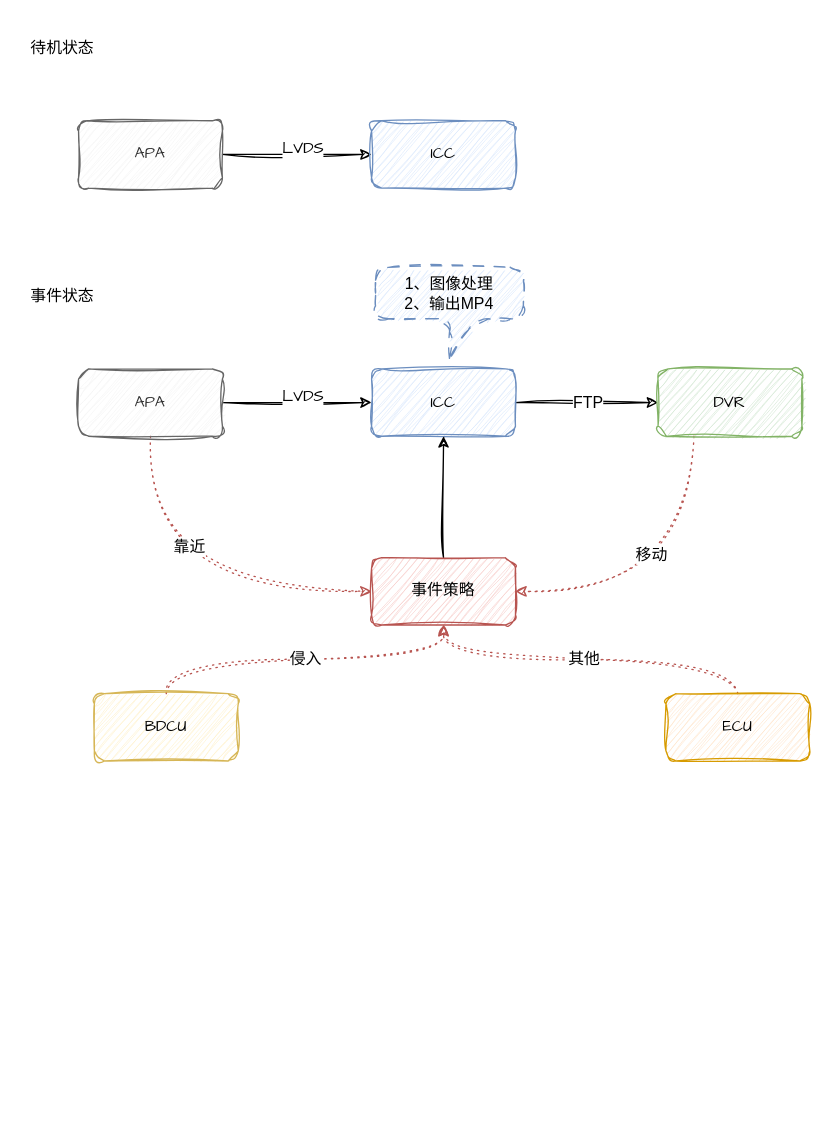
Before: 哨兵模式.drawio in TryLoveCatch/charts, a draw.io diagram. Source tidied: cells renumbered, new cells numbered last; positions are measured from the earlier drawing's top-left corner, leaving out a move shared by most shapes. Both pictures are drawn from the tidied source at 132%, with x=0, y=0 at pixel (22, 29).
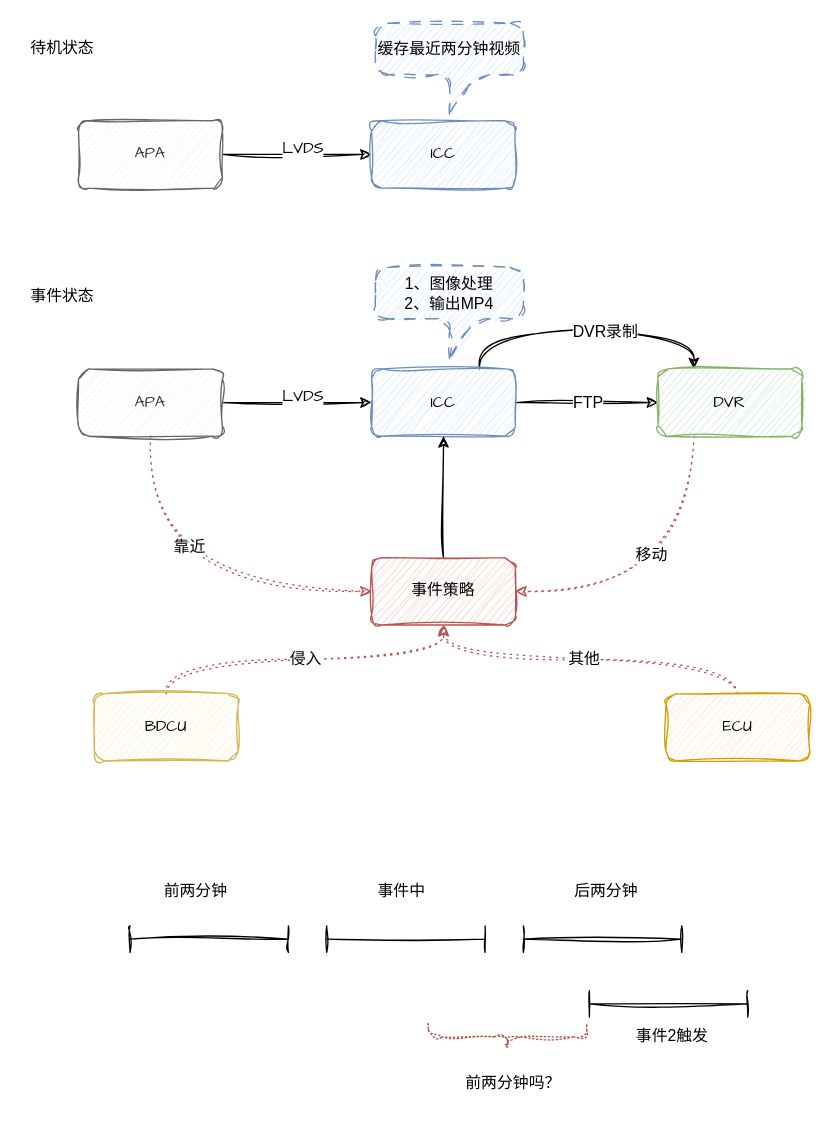
After the change.

Commit message:
更新哨兵模式.drawio

Unchanged cells that the change refers to:
```xml
<mxCell id="15" value="ICC" style="rounded=1;whiteSpace=wrap;html=1;sketch=1;curveFitting=1;jiggle=2;fillColor=#dae8fc;strokeColor=#6c8ebf;fontFamily=Comic Sans MS;" parent="1" vertex="1">
  <mxGeometry x="264" y="257" width="109" height="51" as="geometry" />
</mxCell>
<mxCell id="20" value="DVR" style="rounded=1;whiteSpace=wrap;html=1;sketch=1;curveFitting=1;jiggle=2;fillColor=#d5e8d4;strokeColor=#82b366;fontFamily=Comic Sans MS;" parent="1" vertex="1">
  <mxGeometry x="481" y="257" width="109" height="51" as="geometry" />
</mxCell>
```

The edit, as a diff of the source:
```diff
@@
+    <mxCell id="27" style="edgeStyle=orthogonalEdgeStyle;shape=connector;curved=1;rounded=1;sketch=1;jiggle=2;curveFitting=1;jettySize=auto;html=1;exitX=0.75;exitY=0;exitDx=0;exitDy=0;entryX=0.25;entryY=0;entryDx=0;entryDy=0;labelBackgroundColor=default;strokeColor=default;fontFamily=Helvetica;fontSize=12;fontColor=default;endArrow=classic;" parent="1" edge="1" source="15" target="20">
+      <mxGeometry relative="1" as="geometry">
+        <Array as="points">
+          <mxPoint x="346" y="227" />
+          <mxPoint x="508" y="227" />
+        </Array>
+      </mxGeometry>
+    </mxCell>
+    <mxCell id="28" value="DVR录制" style="edgeLabel;html=1;align=center;verticalAlign=middle;fontSize=12;fontFamily=Helvetica;fontColor=default;" parent="27" vertex="1">
+      <mxGeometry x="0.12" y="-1" relative="1" as="geometry" />
+    </mxCell>
@@
+    <mxCell id="29" value="缓存最近两分钟视频" style="shape=callout;whiteSpace=wrap;html=1;perimeter=calloutPerimeter;rounded=1;sketch=1;jiggle=2;curveFitting=1;strokeColor=#6c8ebf;fontFamily=Helvetica;fontSize=12;fillColor=#dae8fc;dashed=1;dashPattern=8 8;" parent="1" vertex="1">
+      <mxGeometry x="267" y="-5" width="112" height="69" as="geometry" />
+    </mxCell>
+    <mxCell id="30" style="shape=crossbar;whiteSpace=wrap;html=1;rounded=1;sketch=1;jiggle=2;curveFitting=1;strokeColor=default;fontFamily=Helvetica;fontSize=12;fontColor=default;fillColor=default;" parent="1" vertex="1">
+      <mxGeometry x="81" y="679" width="120" height="20" as="geometry" />
+    </mxCell>
+    <mxCell id="31" style="shape=crossbar;whiteSpace=wrap;html=1;rounded=1;sketch=1;jiggle=2;curveFitting=1;strokeColor=default;fontFamily=Helvetica;fontSize=12;fontColor=default;fillColor=default;" parent="1" vertex="1">
+      <mxGeometry x="379" y="679" width="120" height="20" as="geometry" />
+    </mxCell>
+    <mxCell id="32" style="shape=crossbar;whiteSpace=wrap;html=1;rounded=1;sketch=1;jiggle=2;curveFitting=1;strokeColor=default;fontFamily=Helvetica;fontSize=12;fontColor=default;fillColor=default;" parent="1" vertex="1">
+      <mxGeometry x="230" y="679" width="120" height="20" as="geometry" />
+    </mxCell>
+    <mxCell id="33" value="前两分钟" style="text;html=1;strokeColor=none;fillColor=none;align=center;verticalAlign=middle;whiteSpace=wrap;rounded=0;fontSize=12;fontFamily=Helvetica;fontColor=default;" parent="1" vertex="1">
+      <mxGeometry x="101" y="638" width="60" height="30" as="geometry" />
+    </mxCell>
+    <mxCell id="34" value="后两分钟" style="text;html=1;strokeColor=none;fillColor=none;align=center;verticalAlign=middle;whiteSpace=wrap;rounded=0;fontSize=12;fontFamily=Helvetica;fontColor=default;" parent="1" vertex="1">
+      <mxGeometry x="412" y="638" width="60" height="30" as="geometry" />
+    </mxCell>
+    <mxCell id="35" value="事件中" style="text;html=1;strokeColor=none;fillColor=none;align=center;verticalAlign=middle;whiteSpace=wrap;rounded=0;fontSize=12;fontFamily=Helvetica;fontColor=default;" parent="1" vertex="1">
+      <mxGeometry x="257" y="638" width="60" height="30" as="geometry" />
+    </mxCell>
+    <mxCell id="36" style="shape=crossbar;whiteSpace=wrap;html=1;rounded=1;sketch=1;jiggle=2;curveFitting=1;strokeColor=default;fontFamily=Helvetica;fontSize=12;fontColor=default;fillColor=default;" parent="1" vertex="1">
+      <mxGeometry x="429" y="728" width="120" height="20" as="geometry" />
+    </mxCell>
+    <mxCell id="37" value="事件2触发" style="text;html=1;strokeColor=none;fillColor=none;align=center;verticalAlign=middle;whiteSpace=wrap;rounded=0;fontSize=12;fontFamily=Helvetica;fontColor=default;" parent="1" vertex="1">
+      <mxGeometry x="462" y="748" width="60" height="30" as="geometry" />
+    </mxCell>
+    <mxCell id="38" style="shape=curlyBracket;whiteSpace=wrap;html=1;rounded=1;labelPosition=left;verticalLabelPosition=middle;align=right;verticalAlign=middle;sketch=1;jiggle=2;curveFitting=1;strokeColor=#b85450;fontFamily=Helvetica;fontSize=12;fillColor=#f8cecc;direction=north;dashed=1;dashPattern=1 2;" parent="1" vertex="1">
+      <mxGeometry x="307" y="753" width="120" height="20" as="geometry" />
+    </mxCell>
+    <mxCell id="39" value="前两分钟吗？" style="text;html=1;strokeColor=none;fillColor=none;align=center;verticalAlign=middle;whiteSpace=wrap;rounded=0;fontSize=12;fontFamily=Helvetica;fontColor=default;" parent="1" vertex="1">
+      <mxGeometry x="333" y="783" width="77" height="30" as="geometry" />
+    </mxCell>
```
